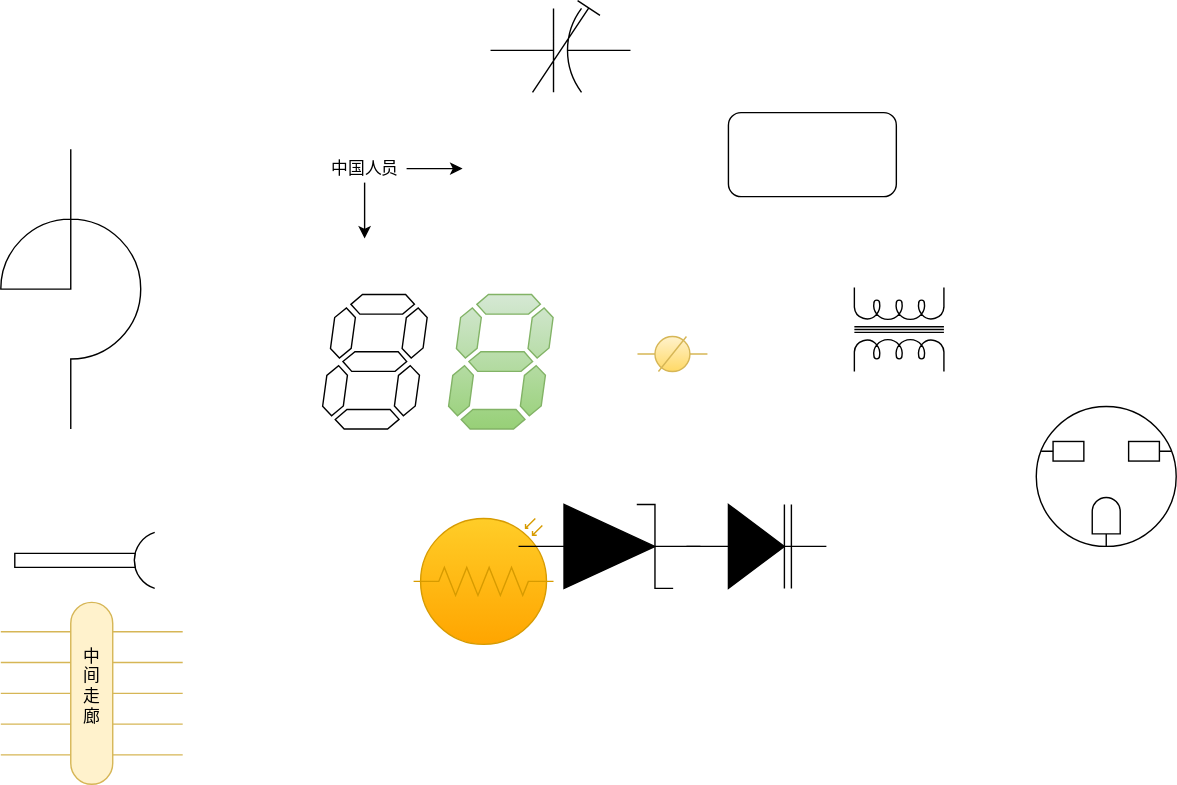
Before: lss/Diagram.drawio002.svg, a diagram exported from draw.io (lsss1111/Diagram01). Source tidied: cells renumbered, new cells last; positions are measured from the earlier drawing's top-left corner, leaving out a move shared by most shapes.
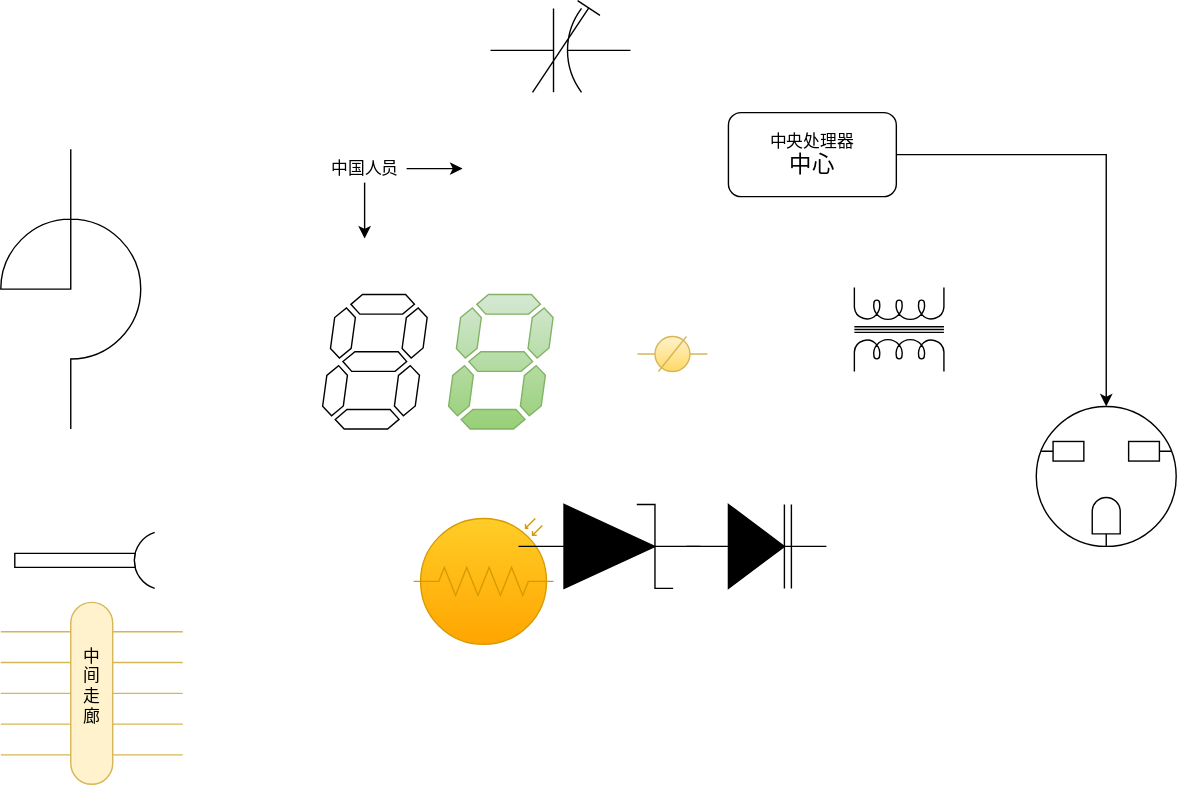
After the commit.

Diff of the diagram source:
```diff
@@ -27,7 +27,10 @@
     <mxCell id="8" value="中国人员" style="text;html=1;align=center;verticalAlign=middle;points=[];fillColor=none;strokeColor=none;rounded=0;" parent="1" vertex="1">
       <mxGeometry x="230" y="110" width="60" height="20" as="geometry" />
     </mxCell>
+    <mxCell id="19" style="edgeStyle=orthogonalEdgeStyle;rounded=0;jettySize=auto;html=1;entryX=0.5;entryY=0;entryDx=0;entryDy=0;entryPerimeter=0;fontSize=16;" parent="1" edge="1" source="9" target="16">
+      <mxGeometry relative="1" as="geometry" />
+    </mxCell>
-    <mxCell id="9" style="rounded=1;whiteSpace=wrap;html=1;comic=0;jiggle=1;" parent="1" vertex="1">
+    <mxCell id="9" value="中央处理器&lt;br&gt;&lt;font style=&quot;font-size: 16px&quot;&gt;中心&lt;/font&gt;" style="rounded=1;whiteSpace=wrap;html=1;comic=0;jiggle=1;" parent="1" vertex="1">
       <mxGeometry x="520" y="80" width="120" height="60" as="geometry" />
     </mxCell>
     <mxCell id="10" style="verticalLabelPosition=bottom;shadow=0;dashed=0;align=center;html=1;verticalAlign=top;shape=mxgraph.electrical.capacitors.trimmer_capacitor_2;comic=0;jiggle=1;" parent="1" vertex="1">
```
